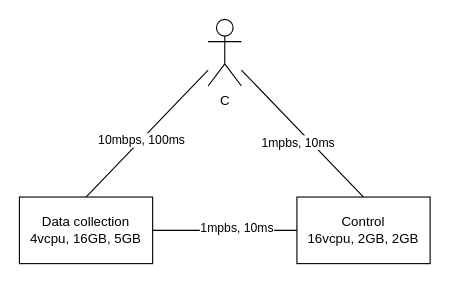
Manasvini/mesh-bw-scheduler keeps this draw.io diagram as page "iot" (2 of 2) of notes/app.drawio. Above is the earlier version. Source tidied: cells renumbered, new cells numbered last; positions are measured from the earlier drawing's top-left corner, leaving out a move shared by most shapes. Both pictures are drawn from the tidied source at 111%, with x=0, y=0 at pixel (19, 19).
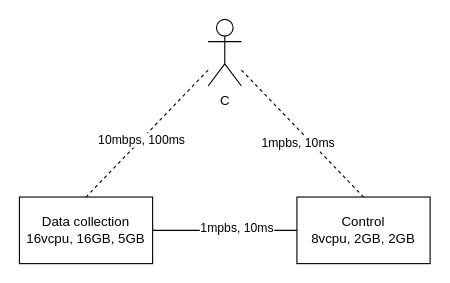
Above is the later version.

The edit, as a diff of the source:
```diff
@@
 <mxGraphModel>
   <root>
     <mxCell id="0" />
     <mxCell id="1" parent="0" />
-    <mxCell id="2" style="jettySize=auto;html=1;exitX=0;exitY=0.5;exitDx=0;exitDy=0;entryX=1;entryY=0.5;entryDx=0;entryDy=0;rounded=0;endArrow=none;endFill=0;" parent="1" edge="1" source="10" target="9">
-      <mxGeometry relative="1" as="geometry" />
-    </mxCell>
-    <mxCell id="3" value="1mpbs, 10ms" style="edgeLabel;html=1;align=center;verticalAlign=middle;" parent="2" vertex="1">
-      <mxGeometry x="-0.15" y="-3" relative="1" as="geometry" />
-    </mxCell>
-    <mxCell id="4" style="edgeStyle=none;rounded=0;jettySize=auto;html=1;endArrow=none;endFill=0;entryX=0.5;entryY=0;entryDx=0;entryDy=0;" parent="1" edge="1" source="8" target="9">
-      <mxGeometry relative="1" as="geometry" />
-    </mxCell>
+    <mxCell id="11" style="jettySize=auto;html=1;exitX=0;exitY=0.5;exitDx=0;exitDy=0;entryX=1;entryY=0.5;entryDx=0;entryDy=0;rounded=0;endArrow=none;endFill=0;" parent="1" edge="1" source="17" target="16">
+      <mxGeometry relative="1" as="geometry" />
+    </mxCell>
+    <mxCell id="12" value="1mpbs, 10ms" style="edgeLabel;html=1;align=center;verticalAlign=middle;" parent="11" vertex="1">
+      <mxGeometry x="-0.15" y="-3" relative="1" as="geometry" />
+    </mxCell>
+    <mxCell id="13" style="edgeStyle=none;rounded=0;jettySize=auto;html=1;endArrow=none;endFill=0;entryX=0.5;entryY=0;entryDx=0;entryDy=0;dashed=1;" parent="1" edge="1" source="8" target="16">
+      <mxGeometry relative="1" as="geometry" />
+    </mxCell>
-    <mxCell id="5" value="10mbps, 100ms" style="edgeLabel;html=1;align=center;verticalAlign=middle;" parent="4" vertex="1">
+    <mxCell id="5" value="10mbps, 100ms" style="edgeLabel;html=1;align=center;verticalAlign=middle;" parent="13" vertex="1">
       <mxGeometry x="0.1" relative="1" as="geometry" />
     </mxCell>
-    <mxCell id="6" style="edgeStyle=none;rounded=0;jettySize=auto;html=1;endArrow=none;endFill=0;entryX=0.5;entryY=0;entryDx=0;entryDy=0;" parent="1" edge="1" source="8" target="10">
-      <mxGeometry relative="1" as="geometry" />
-    </mxCell>
-    <mxCell id="7" value="1mpbs, 10ms" style="edgeLabel;html=1;align=center;verticalAlign=middle;" parent="6" vertex="1">
-      <mxGeometry x="-0.37" y="2" relative="1" as="geometry">
-        <mxPoint x="14" y="30" as="offset" />
-      </mxGeometry>
-    </mxCell>
+    <mxCell id="14" style="edgeStyle=none;rounded=0;jettySize=auto;html=1;endArrow=none;endFill=0;entryX=0.5;entryY=0;entryDx=0;entryDy=0;dashed=1;" parent="1" edge="1" source="8" target="17">
+      <mxGeometry relative="1" as="geometry" />
+    </mxCell>
+    <mxCell id="15" value="1mpbs, 10ms" style="edgeLabel;html=1;align=center;verticalAlign=middle;" parent="14" vertex="1">
+      <mxGeometry x="-0.37" y="2" relative="1" as="geometry">
+        <mxPoint x="14" y="30" as="offset" />
+      </mxGeometry>
+    </mxCell>
     <mxCell id="8" value="C" style="shape=umlActor;verticalLabelPosition=bottom;verticalAlign=top;html=1;outlineConnect=0;" parent="1" vertex="1">
       <mxGeometry x="170" width="30" height="60" as="geometry" />
     </mxCell>
-    <mxCell id="9" value="Data collection&lt;br&gt;4vcpu, 16GB, 5GB" style="rounded=0;whiteSpace=wrap;html=1;" parent="1" vertex="1">
-      <mxGeometry y="160" width="120" height="60" as="geometry" />
-    </mxCell>
-    <mxCell id="10" value="Control&lt;br&gt;16vcpu, 2GB, 2GB" style="rounded=0;whiteSpace=wrap;html=1;" parent="1" vertex="1">
-      <mxGeometry x="250" y="160" width="120" height="60" as="geometry" />
-    </mxCell>
+    <mxCell id="16" value="Data collection&lt;br&gt;16vcpu, 16GB, 5GB" style="rounded=0;whiteSpace=wrap;html=1;" parent="1" vertex="1">
+      <mxGeometry y="160" width="120" height="60" as="geometry" />
+    </mxCell>
+    <mxCell id="17" value="Control&lt;br&gt;8vcpu, 2GB, 2GB" style="rounded=0;whiteSpace=wrap;html=1;" parent="1" vertex="1">
+      <mxGeometry x="250" y="160" width="120" height="60" as="geometry" />
+    </mxCell>
   </root>
 </mxGraphModel>
```
